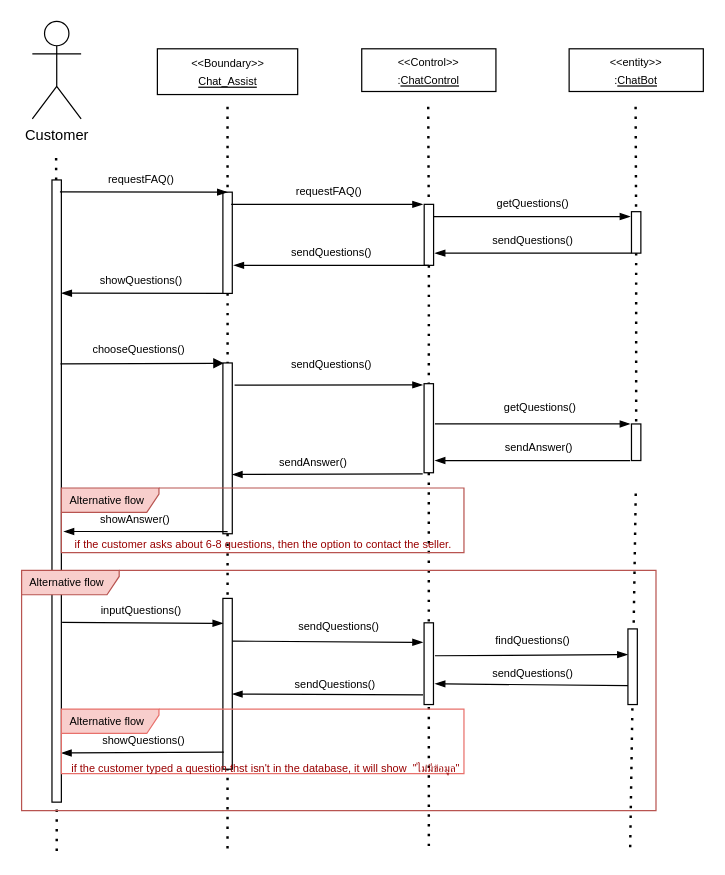
Above: page "Page-1" (2 of 2) of Request Durian info and FAQ.drawio in munkeawtoast/isad-diagrams (draw.io), before the change. Source tidied: cells renumbered, new cells numbered last; positions are measured from the earlier drawing's top-left corner, leaving out a move shared by most shapes. Both pictures are drawn from the tidied source at 122%, with x=0, y=0 at pixel (21, 21).
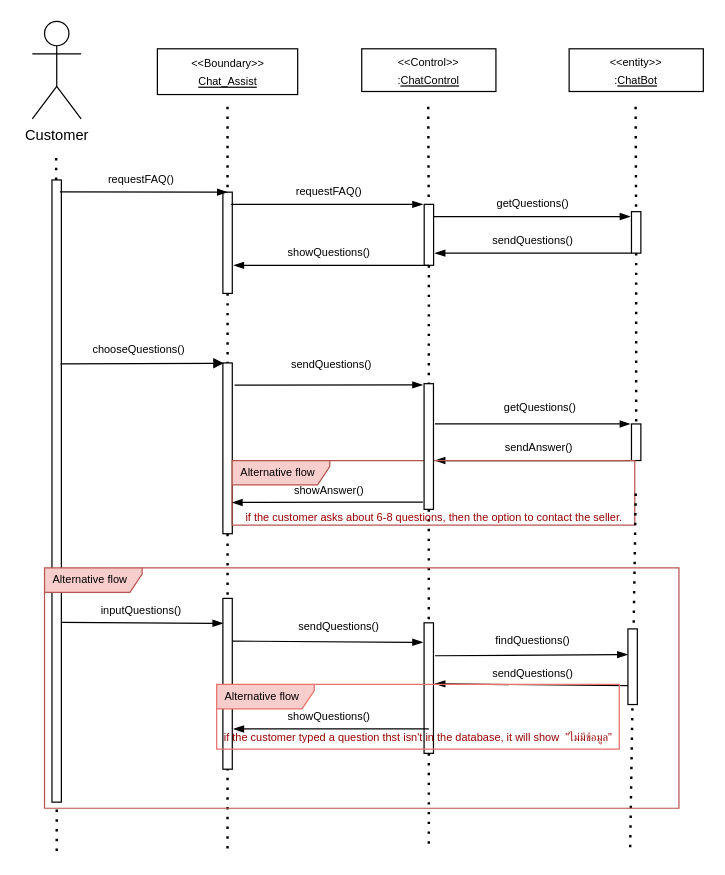
Above is the later version.

Unchanged cells that the change refers to:
```xml
<mxCell id="5" style="rounded=0;whiteSpace=wrap;html=1;fontSize=9;" parent="1" vertex="1">
  <mxGeometry x="25.1" y="130" width="7.7" height="510" as="geometry" />
</mxCell>
<mxCell id="23" style="rounded=0;whiteSpace=wrap;html=1;fontSize=9;" parent="1" vertex="1">
  <mxGeometry x="165.2" y="140" width="7.7" height="83" as="geometry" />
</mxCell>
<mxCell id="25" style="rounded=0;whiteSpace=wrap;html=1;fontSize=9;" parent="1" vertex="1">
  <mxGeometry x="165.2" y="280" width="7.7" height="140" as="geometry" />
</mxCell>
<mxCell id="41" style="rounded=0;whiteSpace=wrap;html=1;fontSize=9;" parent="1" vertex="1">
  <mxGeometry x="165.2" y="473" width="7.7" height="140" as="geometry" />
</mxCell>
```

Diff of the diagram source:
```diff
@@
-    <mxCell id="18" value="sendQuestions()" style="text;html=1;align=center;verticalAlign=middle;strokeColor=none;fillColor=none;fontSize=9;" parent="1" vertex="1">
-      <mxGeometry x="209" y="180" width="90" height="20" as="geometry" />
-    </mxCell>
     <mxCell id="19" value="showQuestions()" style="text;html=1;align=center;verticalAlign=middle;strokeColor=none;fillColor=none;fontSize=9;" parent="1" vertex="1">
-      <mxGeometry x="53" y="203" width="90" height="20" as="geometry" />
+      <mxGeometry x="207" y="180" width="90" height="20" as="geometry" />
     </mxCell>
-    <mxCell id="20" style="endArrow=blockThin;html=1;verticalAlign=top;exitX=0.25;exitY=1;exitDx=0;exitDy=0;entryX=1.021;entryY=0.182;entryDx=0;entryDy=0;entryPerimeter=0;endFill=1;" parent="1" edge="1" source="23" target="5">
-      <mxGeometry relative="1" as="geometry" />
-    </mxCell>
@@
     <mxCell id="36" value="showAnswer()" style="text;html=1;align=center;verticalAlign=middle;strokeColor=none;fillColor=none;fontSize=9;" parent="1" vertex="1">
-      <mxGeometry x="53" y="399" width="80" height="20" as="geometry" />
+      <mxGeometry x="212" y="375" width="80" height="20" as="geometry" />
     </mxCell>
-    <mxCell id="37" style="endArrow=blockThin;html=1;verticalAlign=top;entryX=1.258;entryY=0.565;entryDx=0;entryDy=0;entryPerimeter=0;exitX=0.501;exitY=0.987;exitDx=0;exitDy=0;exitPerimeter=0;endFill=1;" parent="1" edge="1" source="25" target="5">
-      <mxGeometry relative="1" as="geometry" />
-    </mxCell>
     <mxCell id="38" value="&lt;font style=&quot;font-size: 9px;&quot;&gt;Alternative flow&lt;/font&gt;" style="shape=umlFrame;whiteSpace=wrap;html=1;width=80;height=20;boundedLbl=1;verticalAlign=middle;align=left;spacingLeft=5;strokeWidth=1;fontSize=9;fillColor=#f8cecc;strokeColor=#b85450;" parent="1" vertex="1">
-      <mxGeometry x="32.8" y="382.5" width="330" height="53" as="geometry" />
+      <mxGeometry x="172.8" y="360" width="330" height="53" as="geometry" />
     </mxCell>
@@
     <mxCell id="40" value="if the customer asks about 6-8 questions, then the option to contact the seller." style="text;html=1;align=center;verticalAlign=middle;fontSize=9;fontColor=#990000;" parent="1" vertex="1">
-      <mxGeometry x="32.8" y="419" width="330" height="20" as="geometry" />
+      <mxGeometry x="172.8" y="396.5" width="330" height="20" as="geometry" />
     </mxCell>
@@
     <mxCell id="44" style="rounded=0;whiteSpace=wrap;html=1;fontSize=9;" parent="1" vertex="1">
-      <mxGeometry x="330.1" y="493" width="7.7" height="67" as="geometry" />
+      <mxGeometry x="330.1" y="493" width="7.7" height="107" as="geometry" />
     </mxCell>
@@
-    <mxCell id="52" value="showQuestions()" style="text;html=1;align=center;verticalAlign=middle;strokeColor=none;fillColor=none;fontSize=9;" parent="1" vertex="1">
-      <mxGeometry x="55.2" y="580.2" width="90" height="20" as="geometry" />
-    </mxCell>
-    <mxCell id="53" style="endArrow=blockThin;html=1;verticalAlign=top;endFill=1;entryX=0.989;entryY=0.921;entryDx=0;entryDy=0;entryPerimeter=0;exitX=0.093;exitY=0.9;exitDx=0;exitDy=0;exitPerimeter=0;" parent="1" edge="1" source="41" target="5">
-      <mxGeometry relative="1" as="geometry" />
-    </mxCell>
     <mxCell id="54" value="&lt;font style=&quot;font-size: 9px;&quot;&gt;Alternative flow&lt;/font&gt;" style="shape=umlFrame;whiteSpace=wrap;html=1;width=80;height=20;boundedLbl=1;verticalAlign=middle;align=left;spacingLeft=5;strokeWidth=1;fontSize=9;fillColor=#f8cecc;strokeColor=#E8706B;" parent="1" vertex="1">
-      <mxGeometry x="32.8" y="563.7" width="330" height="53" as="geometry" />
+      <mxGeometry x="160.1" y="543.5" width="330" height="53" as="geometry" />
     </mxCell>
     <mxCell id="55" value="if the customer typed a question thst isn't in the database, it will show&amp;nbsp; &quot;ไม่มีข้อมูล&quot;" style="text;html=1;align=center;verticalAlign=middle;fontSize=9;fontColor=#990000;strokeColor=none;" parent="1" vertex="1">
-      <mxGeometry x="25.1" y="602.7" width="350" height="20" as="geometry" />
+      <mxGeometry x="150.1" y="576.5" width="350" height="20" as="geometry" />
     </mxCell>
@@
     <mxCell id="57" style="rounded=0;whiteSpace=wrap;html=1;fontSize=9;" parent="1" vertex="1">
-      <mxGeometry x="330.1" y="297" width="7.7" height="73" as="geometry" />
+      <mxGeometry x="330.1" y="297" width="7.7" height="103" as="geometry" />
     </mxCell>
-    <mxCell id="58" style="endArrow=blockThin;html=1;fontSize=9;entryX=0.989;entryY=0.653;entryDx=0;entryDy=0;entryPerimeter=0;endFill=1;" parent="1" edge="1" target="25">
+    <mxCell id="58" style="endArrow=blockThin;html=1;fontSize=9;entryX=0.989;entryY=0.653;entryDx=0;entryDy=0;entryPerimeter=0;endFill=1;" parent="1" edge="1">
       <mxGeometry relative="1" as="geometry">
-        <mxPoint x="329" y="371" as="sourcePoint" />
+        <mxPoint x="329.1" y="394" as="sourcePoint" />
+        <mxPoint x="172.8" y="394.4" as="targetPoint" />
+        <Array as="points">
+          <mxPoint x="289.1" y="394" />
+        </Array>
       </mxGeometry>
     </mxCell>
-    <mxCell id="59" style="endArrow=blockThin;html=1;fontSize=9;entryX=0.989;entryY=0.56;entryDx=0;entryDy=0;entryPerimeter=0;exitX=-0.109;exitY=0.882;exitDx=0;exitDy=0;exitPerimeter=0;endFill=1;" parent="1" edge="1" source="44" target="41">
-      <mxGeometry relative="1" as="geometry" />
-    </mxCell>
-    <mxCell id="60" value="&lt;br&gt;sendQuestions()" style="text;html=1;align=center;verticalAlign=middle;strokeColor=none;fillColor=none;fontSize=9;" parent="1" vertex="1">
-      <mxGeometry x="212" y="518" width="90" height="40" as="geometry" />
-    </mxCell>
@@
-    <mxCell id="64" value="sendAnswer()" style="text;html=1;align=center;verticalAlign=middle;strokeColor=none;fillColor=none;fontSize=9;" parent="1" vertex="1">
-      <mxGeometry x="199" y="352" width="80" height="20" as="geometry" />
-    </mxCell>
@@
     <mxCell id="67" value="&lt;font style=&quot;font-size: 9px;&quot;&gt;Alternative flow&lt;/font&gt;" style="shape=umlFrame;whiteSpace=wrap;html=1;width=80;height=20;boundedLbl=1;verticalAlign=middle;align=left;spacingLeft=5;strokeWidth=1;fontSize=9;fillColor=#f8cecc;strokeColor=#b85450;" parent="1" vertex="1">
-      <mxGeometry x="0.2" y="450" width="520" height="197" as="geometry" />
+      <mxGeometry x="19" y="448" width="520" height="197" as="geometry" />
     </mxCell>
+    <mxCell id="68" style="endArrow=blockThin;html=1;exitX=0.5;exitY=1;exitDx=0;exitDy=0;endFill=1;" parent="1" edge="1">
+      <mxGeometry relative="1" as="geometry">
+        <mxPoint x="334" y="580" as="sourcePoint" />
+        <mxPoint x="174" y="580" as="targetPoint" />
+      </mxGeometry>
+    </mxCell>
+    <mxCell id="52" value="showQuestions()" style="text;html=1;align=center;verticalAlign=middle;strokeColor=none;fillColor=none;fontSize=9;" parent="1" vertex="1">
+      <mxGeometry x="207" y="560" width="90" height="20" as="geometry" />
+    </mxCell>
```
